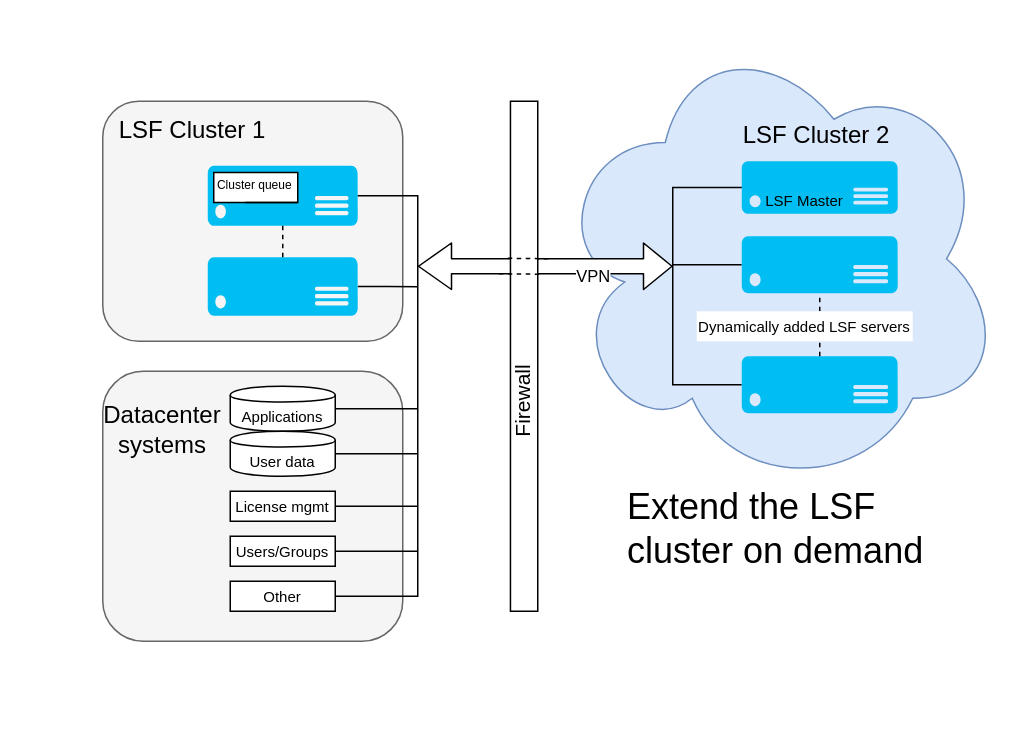
The draw.io diagram diagrams/hpc-eda-arch.drawio in ibm-cloud-docs/solution-tutorials, before the edit. Source tidied: cells renumbered, new cells numbered last; positions are measured from the earlier drawing's top-left corner, leaving out a move shared by most shapes. Both pictures are drawn from the tidied source at 150%, with x=0, y=0 at pixel (87, 26).
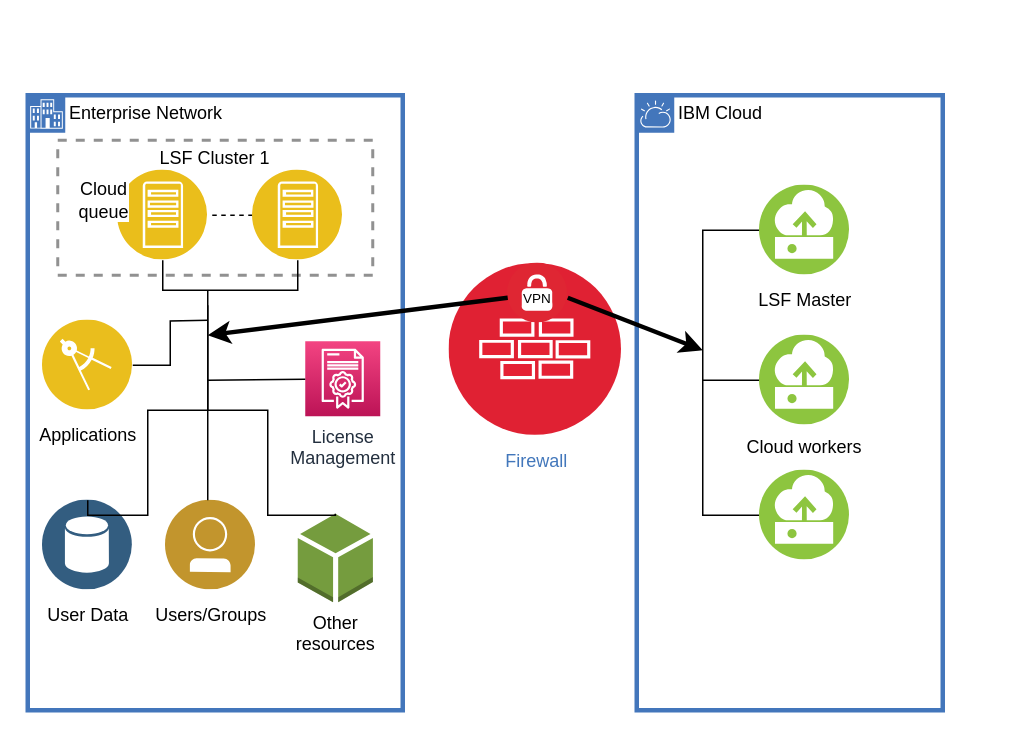
The same diagram, later.

Commit message (it also covers changes not shown here):
Updated diagram and images to use IBM template icons

Diff of the diagram source:
```diff
@@
-    <mxCell id="2" style="ellipse;shape=cloud;whiteSpace=wrap;html=1;fillColor=#dae8fc;strokeColor=#6c8ebf;" parent="1" vertex="1">
-      <mxGeometry x="310" width="300" height="310" as="geometry" />
-    </mxCell>
-    <mxCell id="3" style="rounded=1;whiteSpace=wrap;html=1;fillColor=#f5f5f5;strokeColor=#666666;fontColor=#333333;" parent="1" vertex="1">
-      <mxGeometry x="10" y="230" width="200" height="180" as="geometry" />
-    </mxCell>
-    <mxCell id="4" style="rounded=1;whiteSpace=wrap;html=1;fillColor=#f5f5f5;strokeColor=#666666;fontColor=#333333;" parent="1" vertex="1">
-      <mxGeometry x="10" y="50" width="200" height="160" as="geometry" />
-    </mxCell>
-    <mxCell id="5" value="LSF Cluster 2" style="text;html=1;strokeColor=none;fillColor=none;align=center;verticalAlign=middle;whiteSpace=wrap;rounded=0;fontSize=16;" parent="1" vertex="1">
-      <mxGeometry x="436" y="70" width="100" height="3" as="geometry" />
-    </mxCell>
-    <mxCell id="6" style="verticalLabelPosition=bottom;html=1;verticalAlign=top;align=center;strokeColor=none;fillColor=#00BEF2;shape=mxgraph.azure.server;" parent="1" vertex="1">
-      <mxGeometry x="436" y="90" width="104" height="35" as="geometry" />
-    </mxCell>
-    <mxCell id="7" style="endArrow=none;html=1;strokeColor=#000000;edgeStyle=orthogonalEdgeStyle;rounded=0;entryX=0;entryY=0.5;entryDx=0;entryDy=0;entryPerimeter=0;exitX=0;exitY=0.5;exitDx=0;exitDy=0;exitPerimeter=0;" parent="1" edge="1" source="11" target="6">
-      <mxGeometry relative="1" as="geometry">
-        <Array as="points">
-          <mxPoint x="390" y="239" />
-          <mxPoint x="390" y="108" />
-          <mxPoint x="436" y="108" />
-        </Array>
-      </mxGeometry>
-    </mxCell>
+    <mxCell id="16" value="Firewall" style="perimeter=ellipsePerimeter;html=1;align=center;shadow=0;dashed=0;fontColor=#4277BB;labelBackgroundColor=#ffffff;fontSize=12;spacingTop=3;image;image=img/lib/ibm/security/firewall.svg;" parent="1" vertex="1">
+      <mxGeometry x="241" y="158" width="115" height="115" as="geometry" />
+    </mxCell>
+    <mxCell id="41" value="IBM Cloud" style="shape=mxgraph.ibm.box;prType=cloud;fontStyle=0;verticalAlign=top;align=left;spacingLeft=32;spacingTop=4;fillColor=none;rounded=0;whiteSpace=wrap;html=1;strokeColor=#4376BB;strokeWidth=3;dashed=0;spacing=-4;" parent="1" vertex="1">
+      <mxGeometry x="366" y="46" width="204" height="410" as="geometry" />
+    </mxCell>
+    <mxCell id="42" value="Cloud workers" style="text;html=1;strokeColor=none;fillColor=none;align=center;verticalAlign=middle;whiteSpace=wrap;rounded=0;labelBackgroundColor=#ffffff;fontColor=#000000;" parent="41" vertex="1">
+      <mxGeometry x="68" y="225" width="88" height="20" as="geometry" />
+    </mxCell>
+    <mxCell id="43" style="edgeStyle=orthogonalEdgeStyle;rounded=0;orthogonalLoop=1;jettySize=auto;html=1;exitX=0;exitY=0.5;exitDx=0;exitDy=0;entryX=0;entryY=0.5;entryDx=0;entryDy=0;endArrow=none;endFill=0;" parent="1" edge="1">
+      <mxGeometry relative="1" as="geometry">
+        <mxPoint x="450" y="136" as="sourcePoint" />
+        <mxPoint x="450" y="326" as="targetPoint" />
+        <Array as="points">
+          <mxPoint x="410" y="136" />
+          <mxPoint x="410" y="326" />
+        </Array>
+      </mxGeometry>
+    </mxCell>
-    <mxCell id="8" value="&lt;font style=&quot;font-size: 10px&quot;&gt;LSF Master&lt;/font&gt;" style="text;html=1;strokeColor=none;fillColor=none;align=center;verticalAlign=middle;whiteSpace=wrap;rounded=0;" parent="1" vertex="1">
-      <mxGeometry x="448" y="106" width="60" height="20" as="geometry" />
+    <mxCell id="8" value="LSF Master" style="perimeter=ellipsePerimeter;html=1;align=center;shadow=0;dashed=0;labelBackgroundColor=#ffffff;fontSize=12;spacingTop=3;image;image=img/lib/ibm/vpc/Instance.svg;" parent="1" vertex="1">
+      <mxGeometry x="448" y="106" width="60" height="60" as="geometry" />
     </mxCell>
-    <mxCell id="9" style="endArrow=none;html=1;strokeColor=#000000;entryX=0;entryY=0.5;entryDx=0;entryDy=0;entryPerimeter=0;" parent="1" edge="1" target="10">
-      <mxGeometry relative="1" as="geometry">
-        <mxPoint x="390" y="159" as="sourcePoint" />
-      </mxGeometry>
-    </mxCell>
-    <mxCell id="10" style="verticalLabelPosition=bottom;html=1;verticalAlign=top;align=center;strokeColor=none;fillColor=#00BEF2;shape=mxgraph.azure.server;" parent="1" vertex="1">
-      <mxGeometry x="436" y="140" width="104" height="38" as="geometry" />
-    </mxCell>
-    <mxCell id="11" style="verticalLabelPosition=bottom;html=1;verticalAlign=top;align=center;strokeColor=none;fillColor=#00BEF2;shape=mxgraph.azure.server;" parent="1" vertex="1">
-      <mxGeometry x="436" y="220" width="104" height="38" as="geometry" />
-    </mxCell>
-    <mxCell id="12" style="group;" parent="1" vertex="1">
-      <mxGeometry x="280" y="80" width="20" height="310" as="geometry" />
-    </mxCell>
-    <mxCell id="13" style="shape=flexArrow;endArrow=classic;startArrow=classic;html=1;strokeColor=#000000;startSize=7;strokeWidth=1;width=10;fillColor=#ffffff;" parent="12" edge="1">
-      <mxGeometry relative="1" as="geometry">
-        <mxPoint x="-60" y="80" as="sourcePoint" />
-        <mxPoint x="110" y="80" as="targetPoint" />
-      </mxGeometry>
-    </mxCell>
+    <mxCell id="44" style="perimeter=ellipsePerimeter;html=1;align=center;shadow=0;dashed=0;fontColor=#4277BB;labelBackgroundColor=#ffffff;fontSize=12;spacingTop=3;image;image=img/lib/ibm/vpc/Instance.svg;" parent="1" vertex="1">
+      <mxGeometry x="448" y="296" width="60" height="60" as="geometry" />
+    </mxCell>
+    <mxCell id="45" style="edgeStyle=orthogonalEdgeStyle;rounded=0;jettySize=auto;html=1;exitX=0;exitY=0.5;exitDx=0;exitDy=0;endArrow=none;endFill=0;" parent="1" edge="1" source="46">
+      <mxGeometry relative="1" as="geometry">
+        <mxPoint x="410" y="236" as="targetPoint" />
+      </mxGeometry>
+    </mxCell>
+    <mxCell id="46" style="perimeter=ellipsePerimeter;html=1;align=center;shadow=0;dashed=0;fontColor=#4277BB;labelBackgroundColor=#ffffff;fontSize=12;spacingTop=3;image;image=img/lib/ibm/vpc/Instance.svg;" parent="1" vertex="1">
+      <mxGeometry x="448" y="206" width="60" height="60" as="geometry" />
+    </mxCell>
+    <mxCell id="47" style="perimeter=ellipsePerimeter;html=1;align=center;shadow=0;dashed=0;fontColor=#4277BB;labelBackgroundColor=#ffffff;fontSize=12;spacingTop=3;image;image=img/lib/ibm/security/vpn.svg;" parent="1" vertex="1">
+      <mxGeometry x="280" y="158" width="40" height="40" as="geometry" />
+    </mxCell>
-    <mxCell id="14" value="VPN" style="edgeLabel;html=1;align=center;verticalAlign=middle;points=[];" parent="13" vertex="1">
-      <mxGeometry x="0.37" y="-6" relative="1" as="geometry" />
+    <mxCell id="14" value="&lt;font style=&quot;font-size: 9px&quot;&gt;VPN&lt;/font&gt;" style="text;html=1;strokeColor=none;fillColor=none;align=center;verticalAlign=middle;whiteSpace=wrap;rounded=0;" parent="1" vertex="1">
+      <mxGeometry x="280" y="171" width="40" height="20" as="geometry" />
     </mxCell>
-    <mxCell id="15" style="rounded=0;whiteSpace=wrap;html=1;" parent="12" vertex="1">
-      <mxGeometry x="1.8" y="-30" width="18.2" height="340" as="geometry" />
-    </mxCell>
-    <mxCell id="16" value="&lt;font style=&quot;font-size: 14px&quot;&gt;Firewall&lt;/font&gt;" style="text;html=1;strokeColor=none;fillColor=none;align=center;verticalAlign=middle;whiteSpace=wrap;rounded=0;rotation=-90;" parent="12" vertex="1">
-      <mxGeometry x="-8.2" y="160" width="36.4" height="20" as="geometry" />
-    </mxCell>
-    <mxCell id="17" style="endArrow=none;dashed=1;html=1;exitX=0.01;exitY=0.311;exitDx=0;exitDy=0;exitPerimeter=0;" parent="12" edge="1">
-      <mxGeometry relative="1" as="geometry">
-        <mxPoint y="74.7" as="sourcePoint" />
-        <mxPoint x="28" y="75" as="targetPoint" />
-      </mxGeometry>
-    </mxCell>
-    <mxCell id="18" style="endArrow=none;dashed=1;html=1;exitX=0.01;exitY=0.311;exitDx=0;exitDy=0;exitPerimeter=0;" parent="12" edge="1">
-      <mxGeometry relative="1" as="geometry">
-        <mxPoint x="-6" y="85" as="sourcePoint" />
-        <mxPoint x="22" y="85.3" as="targetPoint" />
-      </mxGeometry>
-    </mxCell>
+    <mxCell id="48" value="Enterprise Network" style="shape=mxgraph.ibm.box;prType=enterprise;fontStyle=0;verticalAlign=top;align=left;spacingLeft=32;spacingTop=4;fillColor=none;rounded=0;whiteSpace=wrap;html=1;strokeColor=#4376BB;strokeWidth=3;dashed=0;spacing=-4;" parent="1" vertex="1">
+      <mxGeometry x="-40" y="46" width="250" height="410" as="geometry" />
+    </mxCell>
+    <mxCell id="49" style="perimeter=ellipsePerimeter;html=1;align=center;shadow=0;dashed=0;fontColor=#4277BB;labelBackgroundColor=#ffffff;fontSize=12;spacingTop=3;image;image=img/lib/ibm/applications/app_server.svg;" parent="48" vertex="1">
+      <mxGeometry x="60" y="50" width="60" height="60" as="geometry" />
+    </mxCell>
-    <mxCell id="19" value="LSF Cluster 1" style="text;html=1;strokeColor=none;fillColor=none;align=center;verticalAlign=middle;whiteSpace=wrap;rounded=0;fontSize=16;" parent="1" vertex="1">
-      <mxGeometry x="20" y="67" width="100" height="3" as="geometry" />
+    <mxCell id="19" value="LSF Cluster 1" style="fontStyle=0;verticalAlign=top;align=center;spacingTop=-2;fillColor=none;rounded=0;whiteSpace=wrap;html=1;strokeColor=#919191;strokeWidth=2;dashed=1;" parent="48" vertex="1">
+      <mxGeometry x="20" y="30" width="210" height="90" as="geometry" />
     </mxCell>
-    <mxCell id="20" style="verticalLabelPosition=bottom;html=1;verticalAlign=top;align=center;strokeColor=none;fillColor=#00BEF2;shape=mxgraph.azure.server;" parent="1" vertex="1">
-      <mxGeometry x="80" y="93" width="100" height="40" as="geometry" />
-    </mxCell>
-    <mxCell id="21" style="edgeStyle=orthogonalEdgeStyle;rounded=0;jettySize=auto;html=1;exitX=1;exitY=0.5;exitDx=0;exitDy=0;exitPerimeter=0;startSize=7;endArrow=none;endFill=0;strokeColor=#000000;strokeWidth=1;fillColor=none;" parent="1" edge="1" source="22">
-      <mxGeometry relative="1" as="geometry">
-        <mxPoint x="220" y="173.7" as="targetPoint" />
-      </mxGeometry>
-    </mxCell>
-    <mxCell id="22" style="verticalLabelPosition=bottom;html=1;verticalAlign=top;align=center;strokeColor=none;fillColor=#00BEF2;shape=mxgraph.azure.server;" parent="1" vertex="1">
-      <mxGeometry x="80" y="154" width="100" height="39" as="geometry" />
-    </mxCell>
-    <mxCell id="23" style="endArrow=none;dashed=1;html=1;strokeColor=#000000;strokeWidth=1;fillColor=none;entryX=0.5;entryY=1;entryDx=0;entryDy=0;entryPerimeter=0;exitX=0.5;exitY=0;exitDx=0;exitDy=0;exitPerimeter=0;" parent="1" edge="1" source="22" target="20">
-      <mxGeometry relative="1" as="geometry" />
-    </mxCell>
-    <mxCell id="24" style="endArrow=none;dashed=1;html=1;strokeColor=#000000;strokeWidth=1;fillColor=none;entryX=0.5;entryY=1;entryDx=0;entryDy=0;entryPerimeter=0;exitX=0.5;exitY=0;exitDx=0;exitDy=0;exitPerimeter=0;" parent="1" edge="1" source="11" target="10">
-      <mxGeometry relative="1" as="geometry" />
-    </mxCell>
-    <mxCell id="25" value="&lt;font style=&quot;font-size: 10px&quot;&gt;Dynamically added LSF servers&lt;/font&gt;" style="text;html=1;strokeColor=none;align=center;verticalAlign=middle;whiteSpace=wrap;rounded=0;fillColor=#FFFFFF;" parent="1" vertex="1">
-      <mxGeometry x="406" y="190" width="144" height="20" as="geometry" />
-    </mxCell>
-    <mxCell id="26" style="edgeStyle=orthogonalEdgeStyle;rounded=0;jettySize=auto;html=1;exitX=1;exitY=0.5;exitDx=0;exitDy=0;startSize=7;endArrow=none;endFill=0;strokeColor=#000000;strokeWidth=1;fillColor=none;" parent="1" edge="1" source="27">
-      <mxGeometry relative="1" as="geometry">
-        <mxPoint x="220" y="255" as="targetPoint" />
-      </mxGeometry>
-    </mxCell>
+    <mxCell id="50" value="Cloud&lt;br&gt;queue" style="text;html=1;strokeColor=none;fillColor=none;align=center;verticalAlign=middle;whiteSpace=wrap;rounded=0;labelBackgroundColor=#ffffff;" parent="19" vertex="1">
+      <mxGeometry x="-14" y="30" width="90" height="20" as="geometry" />
+    </mxCell>
+    <mxCell id="51" style="edgeStyle=orthogonalEdgeStyle;rounded=0;jettySize=auto;html=1;exitX=0.5;exitY=1;exitDx=0;exitDy=0;entryX=0.5;entryY=1;entryDx=0;entryDy=0;endArrow=none;endFill=0;strokeWidth=1;fillColor=#ffffff;fontSize=10;fontColor=#000000;" parent="48" edge="1" source="49" target="55">
+      <mxGeometry relative="1" as="geometry" />
+    </mxCell>
+    <mxCell id="52" value="User Data" style="perimeter=ellipsePerimeter;html=1;align=center;shadow=0;dashed=0;labelBackgroundColor=#ffffff;fontSize=12;spacingTop=3;image;image=img/lib/ibm/data/data_services.svg;" parent="48" vertex="1">
+      <mxGeometry x="10" y="270" width="60" height="60" as="geometry" />
+    </mxCell>
-    <mxCell id="27" value="&lt;font style=&quot;font-size: 10px&quot;&gt;Applications&lt;/font&gt;" style="shape=cylinder;whiteSpace=wrap;html=1;boundedLbl=1;backgroundOutline=1;fillColor=#FFFFFF;" parent="1" vertex="1">
-      <mxGeometry x="95" y="240" width="70" height="30" as="geometry" />
+    <mxCell id="27" value="Applications" style="perimeter=ellipsePerimeter;html=1;align=center;shadow=0;dashed=0;labelBackgroundColor=#ffffff;fontSize=12;spacingTop=3;image;image=img/lib/ibm/applications/enterprise_applications.svg;" parent="48" vertex="1">
+      <mxGeometry x="10" y="150" width="60" height="60" as="geometry" />
     </mxCell>
-    <mxCell id="28" style="edgeStyle=orthogonalEdgeStyle;rounded=0;jettySize=auto;html=1;exitX=1;exitY=0.5;exitDx=0;exitDy=0;startSize=7;strokeColor=#000000;strokeWidth=1;fillColor=none;endArrow=none;endFill=0;" parent="1" edge="1" source="29">
-      <mxGeometry relative="1" as="geometry">
-        <mxPoint x="220" y="285" as="targetPoint" />
-      </mxGeometry>
-    </mxCell>
-    <mxCell id="29" value="&lt;font style=&quot;font-size: 10px&quot;&gt;User data&lt;/font&gt;" style="shape=cylinder;whiteSpace=wrap;html=1;boundedLbl=1;backgroundOutline=1;fillColor=#FFFFFF;" parent="1" vertex="1">
-      <mxGeometry x="95" y="270" width="70" height="30" as="geometry" />
-    </mxCell>
-    <mxCell id="30" style="edgeStyle=orthogonalEdgeStyle;rounded=0;jettySize=auto;html=1;exitX=1;exitY=0.5;exitDx=0;exitDy=0;startSize=7;endArrow=none;endFill=0;strokeColor=#000000;strokeWidth=1;fillColor=none;" parent="1" edge="1" source="31">
-      <mxGeometry relative="1" as="geometry">
-        <mxPoint x="220" y="320" as="targetPoint" />
-      </mxGeometry>
-    </mxCell>
-    <mxCell id="31" value="&lt;font style=&quot;font-size: 10px&quot;&gt;License mgmt&lt;/font&gt;" style="rounded=0;whiteSpace=wrap;html=1;fillColor=#FFFFFF;" parent="1" vertex="1">
-      <mxGeometry x="95" y="310" width="70" height="20" as="geometry" />
-    </mxCell>
-    <mxCell id="32" style="edgeStyle=orthogonalEdgeStyle;rounded=0;jettySize=auto;html=1;exitX=1;exitY=0.5;exitDx=0;exitDy=0;startSize=7;endArrow=none;endFill=0;strokeColor=#000000;strokeWidth=1;fillColor=none;" parent="1" edge="1" source="33">
-      <mxGeometry relative="1" as="geometry">
-        <mxPoint x="220" y="350" as="targetPoint" />
-      </mxGeometry>
-    </mxCell>
+    <mxCell id="53" value="License&lt;br&gt;Management" style="outlineConnect=0;fontColor=#232F3E;gradientColor=#F34482;gradientDirection=north;fillColor=#BC1356;strokeColor=#ffffff;dashed=0;verticalLabelPosition=bottom;verticalAlign=top;align=center;html=1;fontSize=12;fontStyle=0;shape=mxgraph.aws4.resourceIcon;resIcon=mxgraph.aws4.license_manager;" parent="48" vertex="1">
+      <mxGeometry x="185" y="164" width="50" height="50" as="geometry" />
+    </mxCell>
-    <mxCell id="33" value="&lt;font style=&quot;font-size: 10px&quot;&gt;Users/Groups&lt;/font&gt;" style="rounded=0;whiteSpace=wrap;html=1;fillColor=#FFFFFF;" parent="1" vertex="1">
-      <mxGeometry x="95" y="340" width="70" height="20" as="geometry" />
+    <mxCell id="33" value="Users/Groups" style="perimeter=ellipsePerimeter;html=1;align=center;shadow=0;dashed=0;labelBackgroundColor=#ffffff;fontSize=12;spacingTop=3;image;image=img/lib/ibm/users/user.svg;" parent="48" vertex="1">
+      <mxGeometry x="92" y="270" width="60" height="60" as="geometry" />
     </mxCell>
-    <mxCell id="34" value="&lt;font style=&quot;font-size: 10px&quot;&gt;Other&lt;/font&gt;" style="rounded=0;whiteSpace=wrap;html=1;fillColor=#FFFFFF;" parent="1" vertex="1">
-      <mxGeometry x="95" y="370" width="70" height="20" as="geometry" />
-    </mxCell>
-    <mxCell id="35" style="endArrow=none;html=1;strokeColor=#000000;edgeStyle=orthogonalEdgeStyle;rounded=0;entryX=1;entryY=0.5;entryDx=0;entryDy=0;entryPerimeter=0;exitX=1;exitY=0.5;exitDx=0;exitDy=0;" parent="1" edge="1" source="34" target="20">
-      <mxGeometry relative="1" as="geometry">
-        <Array as="points">
-          <mxPoint x="220" y="380" />
-          <mxPoint x="220" y="113" />
-        </Array>
-      </mxGeometry>
-    </mxCell>
-    <mxCell id="36" value="Datacenter systems" style="text;html=1;strokeColor=none;fillColor=none;align=center;verticalAlign=middle;whiteSpace=wrap;rounded=0;fontSize=16;" parent="1" vertex="1">
-      <mxGeometry y="267" width="100" height="3" as="geometry" />
-    </mxCell>
-    <mxCell id="37" style="rounded=0;whiteSpace=wrap;html=1;" parent="1" vertex="1">
-      <mxGeometry x="84" y="97.5" width="56" height="20" as="geometry" />
-    </mxCell>
-    <mxCell id="38" style="edgeStyle=orthogonalEdgeStyle;rounded=0;orthogonalLoop=1;jettySize=auto;html=1;exitX=1;exitY=1;exitDx=0;exitDy=0;entryX=0.379;entryY=1.019;entryDx=0;entryDy=0;entryPerimeter=0;startSize=7;endArrow=none;endFill=0;strokeColor=#000000;strokeWidth=1;fillColor=none;" parent="1" edge="1" source="37" target="37">
-      <mxGeometry relative="1" as="geometry" />
-    </mxCell>
-    <mxCell id="39" value="&lt;font style=&quot;font-size: 8px&quot;&gt;Cluster queue&lt;/font&gt;" style="text;html=1;strokeColor=none;fillColor=none;align=center;verticalAlign=middle;whiteSpace=wrap;rounded=0;" parent="1" vertex="1">
-      <mxGeometry x="83" y="94.5" width="57" height="20" as="geometry" />
-    </mxCell>
-    <mxCell id="40" value="&lt;font style=&quot;font-size: 24px&quot;&gt;Extend the LSF cluster on demand&lt;/font&gt;" style="text;html=1;strokeColor=none;fillColor=none;align=left;verticalAlign=middle;whiteSpace=wrap;rounded=0;fontSize=20;" parent="1" vertex="1">
-      <mxGeometry x="358" y="300" width="204" height="70" as="geometry" />
-    </mxCell>
+    <mxCell id="54" style="edgeStyle=orthogonalEdgeStyle;rounded=0;jettySize=auto;html=1;exitX=0;exitY=0.5;exitDx=0;exitDy=0;entryX=1;entryY=0.5;entryDx=0;entryDy=0;endArrow=none;endFill=0;dashed=1;" parent="48" edge="1" source="55" target="49">
+      <mxGeometry relative="1" as="geometry" />
+    </mxCell>
+    <mxCell id="55" style="perimeter=ellipsePerimeter;html=1;align=center;shadow=0;dashed=0;fontColor=#4277BB;labelBackgroundColor=#ffffff;fontSize=12;spacingTop=3;image;image=img/lib/ibm/applications/app_server.svg;" parent="48" vertex="1">
+      <mxGeometry x="150" y="50" width="60" height="60" as="geometry" />
+    </mxCell>
+    <mxCell id="56" value="Other &lt;br&gt;resources" style="outlineConnect=0;dashed=0;verticalLabelPosition=bottom;verticalAlign=top;align=center;html=1;shape=mxgraph.aws3.resources;fillColor=#759C3E;gradientColor=none;labelBackgroundColor=#ffffff;" parent="48" vertex="1">
+      <mxGeometry x="180" y="279" width="50.1" height="59" as="geometry" />
+    </mxCell>
+    <mxCell id="57" style="edgeStyle=orthogonalEdgeStyle;rounded=0;jettySize=auto;html=1;exitX=0.5;exitY=0;exitDx=0;exitDy=0;endArrow=none;endFill=0;" parent="48" edge="1" source="52">
+      <mxGeometry relative="1" as="geometry">
+        <mxPoint x="120" y="130" as="targetPoint" />
+        <Array as="points">
+          <mxPoint x="40" y="280" />
+          <mxPoint x="80" y="280" />
+          <mxPoint x="80" y="210" />
+          <mxPoint x="120" y="210" />
+        </Array>
+      </mxGeometry>
+    </mxCell>
+    <mxCell id="58" style="edgeStyle=orthogonalEdgeStyle;rounded=0;jettySize=auto;html=1;exitX=0.5;exitY=0;exitDx=0;exitDy=0;endArrow=none;endFill=0;exitPerimeter=0;" parent="1" edge="1" source="56">
+      <mxGeometry relative="1" as="geometry">
+        <mxPoint x="80" y="186" as="targetPoint" />
+        <Array as="points">
+          <mxPoint x="165" y="326" />
+          <mxPoint x="120" y="326" />
+          <mxPoint x="120" y="256" />
+          <mxPoint x="80" y="256" />
+        </Array>
+      </mxGeometry>
+    </mxCell>
+    <mxCell id="59" style="edgeStyle=orthogonalEdgeStyle;rounded=0;jettySize=auto;html=1;exitX=1;exitY=0.5;exitDx=0;exitDy=0;endArrow=none;endFill=0;" parent="1" edge="1" source="27">
+      <mxGeometry relative="1" as="geometry">
+        <mxPoint x="80" y="196" as="targetPoint" />
+      </mxGeometry>
+    </mxCell>
+    <mxCell id="60" style="endArrow=none;html=1;" parent="1" edge="1" target="53">
+      <mxGeometry relative="1" as="geometry">
+        <mxPoint x="80" y="236" as="sourcePoint" />
+      </mxGeometry>
+    </mxCell>
+    <mxCell id="61" style="edgeStyle=orthogonalEdgeStyle;rounded=0;orthogonalLoop=1;jettySize=auto;html=1;exitX=0.5;exitY=0;exitDx=0;exitDy=0;endArrow=none;endFill=0;strokeWidth=1;fillColor=#ffffff;fontColor=#000000;" parent="1" edge="1">
+      <mxGeometry relative="1" as="geometry">
+        <mxPoint x="80" y="316" as="sourcePoint" />
+        <mxPoint x="80" y="256" as="targetPoint" />
+        <Array as="points">
+          <mxPoint x="80" y="286" />
+          <mxPoint x="80" y="286" />
+        </Array>
+      </mxGeometry>
+    </mxCell>
+    <mxCell id="62" style="endArrow=classic;html=1;strokeWidth=3;fillColor=#ffffff;fontSize=11;fontColor=#000000;exitX=0;exitY=0.5;exitDx=0;exitDy=0;" parent="1" edge="1" source="14">
+      <mxGeometry relative="1" as="geometry">
+        <mxPoint x="80" y="206" as="targetPoint" />
+      </mxGeometry>
+    </mxCell>
+    <mxCell id="63" style="endArrow=classic;html=1;strokeWidth=3;fillColor=#ffffff;fontSize=11;fontColor=#000000;exitX=1;exitY=0.5;exitDx=0;exitDy=0;" parent="1" edge="1" source="14">
+      <mxGeometry relative="1" as="geometry">
+        <mxPoint x="410" y="216" as="targetPoint" />
+      </mxGeometry>
+    </mxCell>
```
